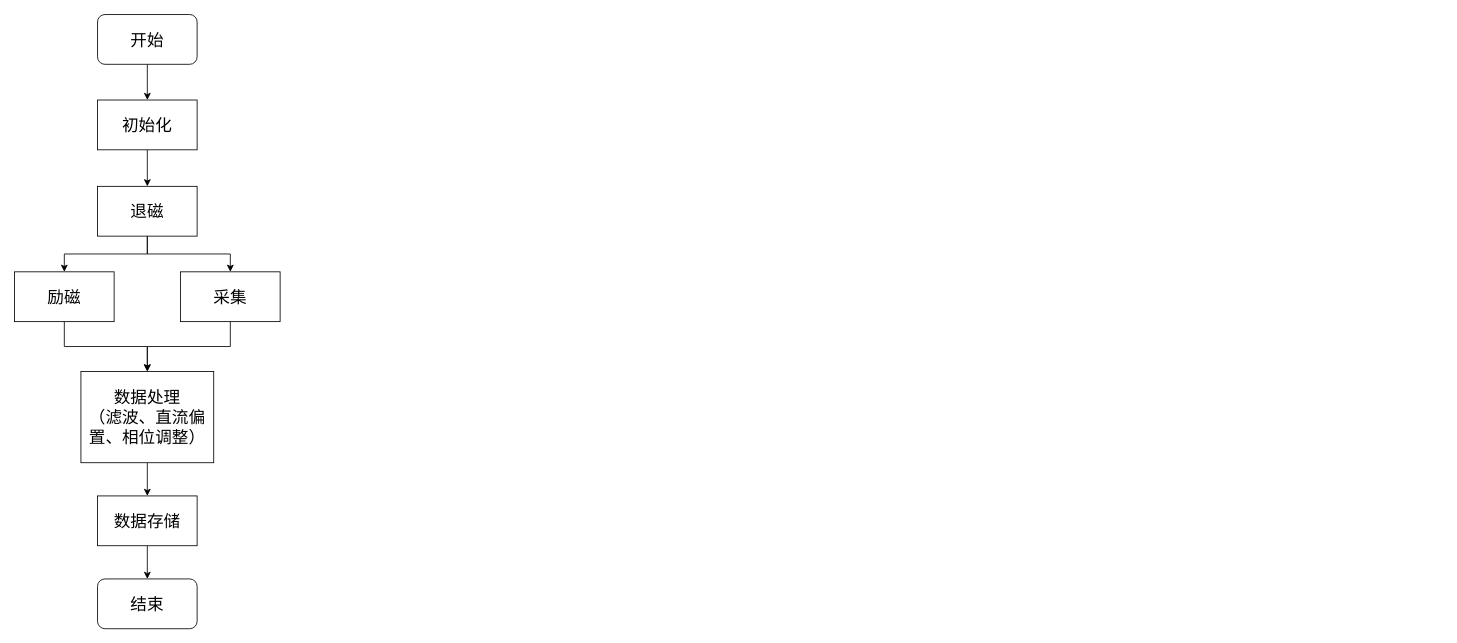
Before: Untitled Diagram.drawio in onlymrwan/hello-world, a draw.io diagram. Source tidied: cells renumbered, new cells numbered last; positions are measured from the earlier drawing's top-left corner, leaving out a move shared by most shapes. Both pictures are drawn from the tidied source at 83%, with x=0, y=0 at pixel (14, 14).
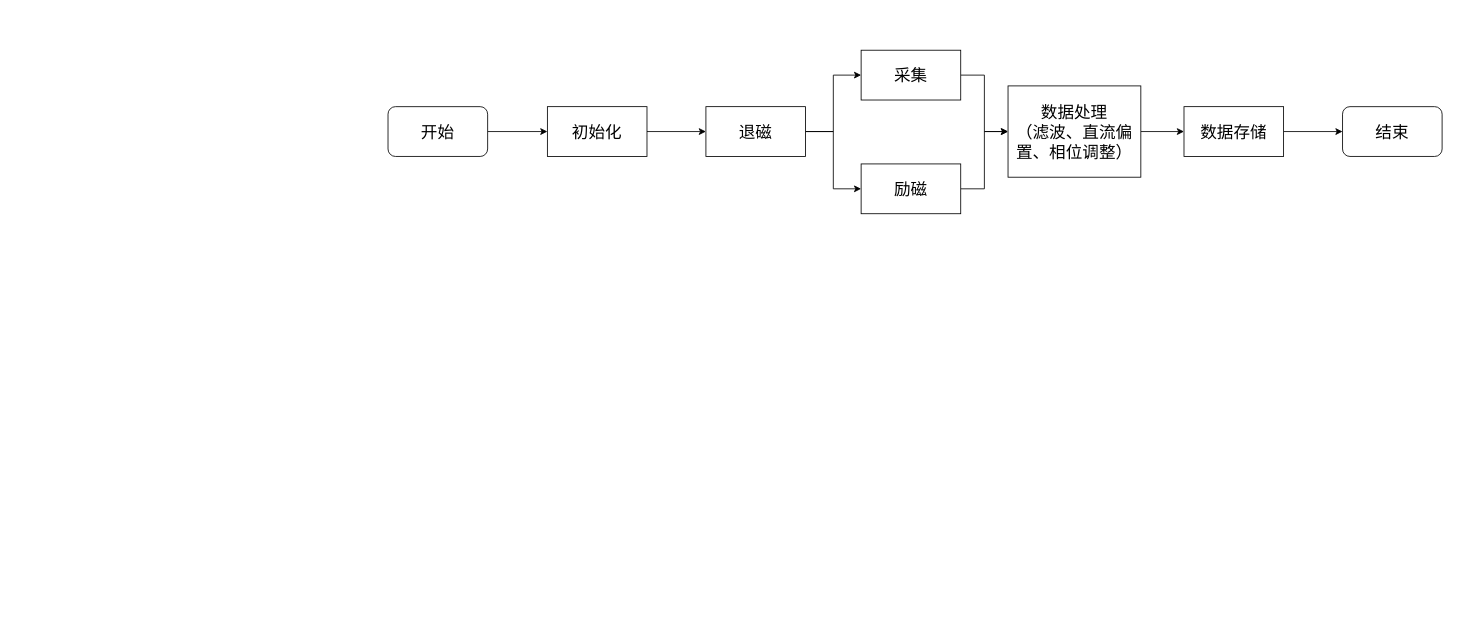
The same diagram, later.

Change to the diagram source:
```diff
@@
 <mxGraphModel>
   <root>
     <mxCell id="0" />
     <mxCell id="1" parent="0" />
     <mxCell id="2" style="edgeStyle=orthogonalEdgeStyle;rounded=0;jettySize=auto;html=1;" parent="1" edge="1" source="3" target="5">
       <mxGeometry relative="1" as="geometry" />
     </mxCell>
     <mxCell id="3" value="&lt;font style=&quot;font-size: 20px&quot;&gt;开始&lt;/font&gt;" style="rounded=1;whiteSpace=wrap;html=1;" parent="1" vertex="1">
-      <mxGeometry x="100" width="120" height="60" as="geometry" />
+      <mxGeometry x="450" y="111" width="120" height="60" as="geometry" />
     </mxCell>
     <mxCell id="4" style="edgeStyle=orthogonalEdgeStyle;rounded=0;jettySize=auto;html=1;" parent="1" edge="1" source="5" target="8">
       <mxGeometry relative="1" as="geometry" />
     </mxCell>
     <mxCell id="5" value="&lt;font style=&quot;font-size: 20px&quot;&gt;初始化&lt;/font&gt;" style="rounded=0;whiteSpace=wrap;html=1;" parent="1" vertex="1">
-      <mxGeometry x="100" y="103" width="120" height="60" as="geometry" />
+      <mxGeometry x="642" y="111" width="120" height="60" as="geometry" />
     </mxCell>
-    <mxCell id="6" style="edgeStyle=orthogonalEdgeStyle;rounded=0;jettySize=auto;html=1;" parent="1" edge="1" source="8" target="10">
+    <mxCell id="6" style="edgeStyle=orthogonalEdgeStyle;rounded=0;jettySize=auto;html=1;entryX=0;entryY=0.5;entryDx=0;entryDy=0;" parent="1" edge="1" source="8" target="10">
       <mxGeometry relative="1" as="geometry" />
     </mxCell>
-    <mxCell id="7" style="edgeStyle=orthogonalEdgeStyle;rounded=0;jettySize=auto;html=1;entryX=0.5;entryY=0;entryDx=0;entryDy=0;" parent="1" edge="1" source="8" target="12">
+    <mxCell id="7" style="edgeStyle=orthogonalEdgeStyle;rounded=0;jettySize=auto;html=1;entryX=0;entryY=0.5;entryDx=0;entryDy=0;" parent="1" edge="1" source="8" target="12">
       <mxGeometry relative="1" as="geometry" />
     </mxCell>
     <mxCell id="8" value="&lt;span style=&quot;font-size: 20px&quot;&gt;退磁&lt;br&gt;&lt;/span&gt;" style="rounded=0;whiteSpace=wrap;html=1;" parent="1" vertex="1">
-      <mxGeometry x="100" y="207" width="120" height="60" as="geometry" />
+      <mxGeometry x="833" y="111" width="120" height="60" as="geometry" />
     </mxCell>
     <mxCell id="9" style="edgeStyle=orthogonalEdgeStyle;rounded=0;jettySize=auto;html=1;" parent="1" edge="1" source="10" target="14">
       <mxGeometry relative="1" as="geometry" />
     </mxCell>
     <mxCell id="10" value="&lt;span style=&quot;font-size: 20px&quot;&gt;励磁&lt;br&gt;&lt;/span&gt;" style="rounded=0;whiteSpace=wrap;html=1;" parent="1" vertex="1">
-      <mxGeometry y="310" width="120" height="60" as="geometry" />
+      <mxGeometry x="1020" y="180" width="120" height="60" as="geometry" />
     </mxCell>
-    <mxCell id="11" style="edgeStyle=orthogonalEdgeStyle;rounded=0;jettySize=auto;html=1;exitX=0.5;exitY=1;exitDx=0;exitDy=0;entryX=0.5;entryY=0;entryDx=0;entryDy=0;" parent="1" edge="1" source="12" target="14">
+    <mxCell id="11" style="edgeStyle=orthogonalEdgeStyle;rounded=0;jettySize=auto;html=1;exitX=1;exitY=0.5;exitDx=0;exitDy=0;entryX=0;entryY=0.5;entryDx=0;entryDy=0;" parent="1" edge="1" source="12" target="14">
       <mxGeometry relative="1" as="geometry" />
     </mxCell>
     <mxCell id="12" value="&lt;span style=&quot;font-size: 20px&quot;&gt;采集&lt;br&gt;&lt;/span&gt;" style="rounded=0;whiteSpace=wrap;html=1;" parent="1" vertex="1">
-      <mxGeometry x="200" y="310" width="120" height="60" as="geometry" />
+      <mxGeometry x="1020" y="43" width="120" height="60" as="geometry" />
     </mxCell>
     <mxCell id="13" style="edgeStyle=orthogonalEdgeStyle;rounded=0;jettySize=auto;html=1;" parent="1" edge="1" source="14" target="16">
       <mxGeometry relative="1" as="geometry" />
     </mxCell>
     <mxCell id="14" value="&lt;span style=&quot;font-size: 20px&quot;&gt;数据处理&lt;br&gt;（滤波、直流偏置、相位调整）&lt;br&gt;&lt;/span&gt;" style="rounded=0;whiteSpace=wrap;html=1;" parent="1" vertex="1">
-      <mxGeometry x="80" y="430" width="160" height="110" as="geometry" />
+      <mxGeometry x="1197" y="86" width="160" height="110" as="geometry" />
     </mxCell>
     <mxCell id="15" style="edgeStyle=orthogonalEdgeStyle;rounded=0;jettySize=auto;html=1;" parent="1" edge="1" source="16" target="17">
       <mxGeometry relative="1" as="geometry" />
     </mxCell>
     <mxCell id="16" value="&lt;span style=&quot;font-size: 20px&quot;&gt;数据存储&lt;br&gt;&lt;/span&gt;" style="rounded=0;whiteSpace=wrap;html=1;" parent="1" vertex="1">
-      <mxGeometry x="100" y="580" width="120" height="60" as="geometry" />
+      <mxGeometry x="1409" y="111" width="120" height="60" as="geometry" />
     </mxCell>
     <mxCell id="17" value="&lt;font style=&quot;font-size: 20px&quot;&gt;结束&lt;/font&gt;" style="rounded=1;whiteSpace=wrap;html=1;" parent="1" vertex="1">
-      <mxGeometry x="100" y="680" width="120" height="60" as="geometry" />
+      <mxGeometry x="1600" y="111" width="120" height="60" as="geometry" />
     </mxCell>
   </root>
 </mxGraphModel>
```
